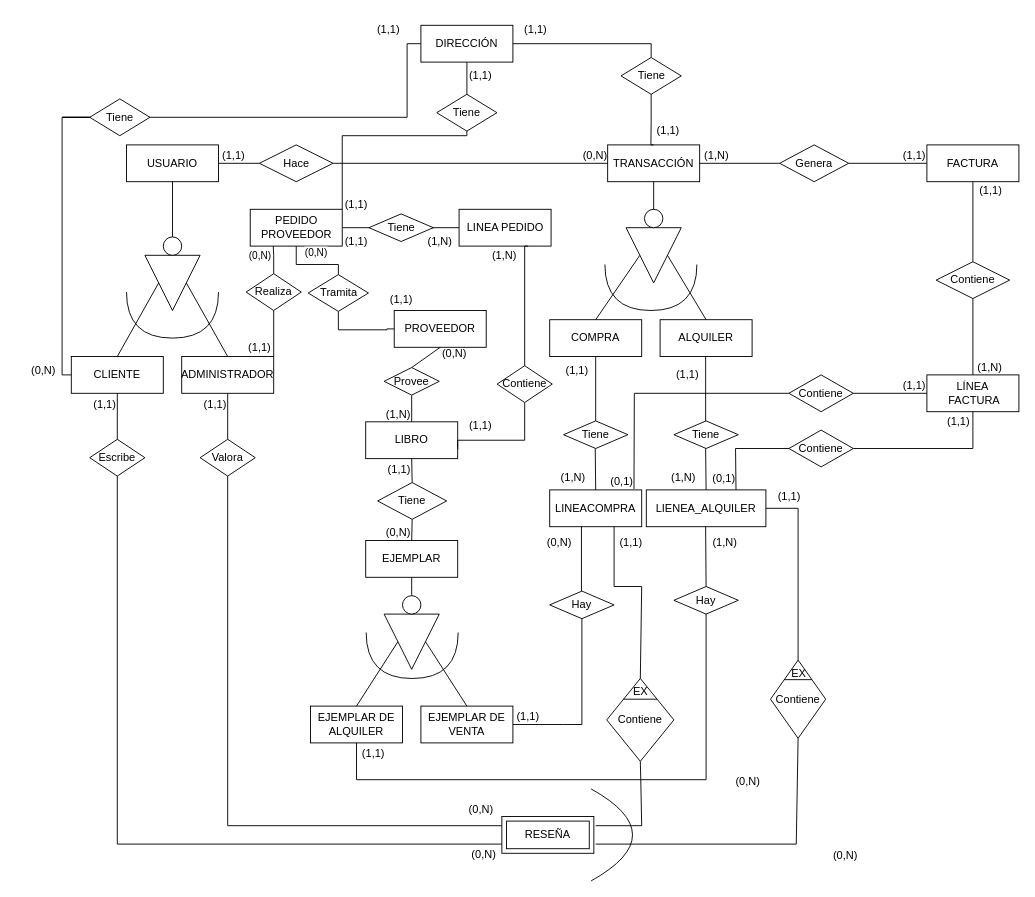
Above: Diagrama sin título.drawio in ImAlex28/draw.io (draw.io), before the change. Source tidied: cells renumbered, new cells numbered last; positions are measured from the earlier drawing's top-left corner, leaving out a move shared by most shapes. Both pictures are drawn from the tidied source at 92%, with x=0, y=0 at pixel (16, 16).
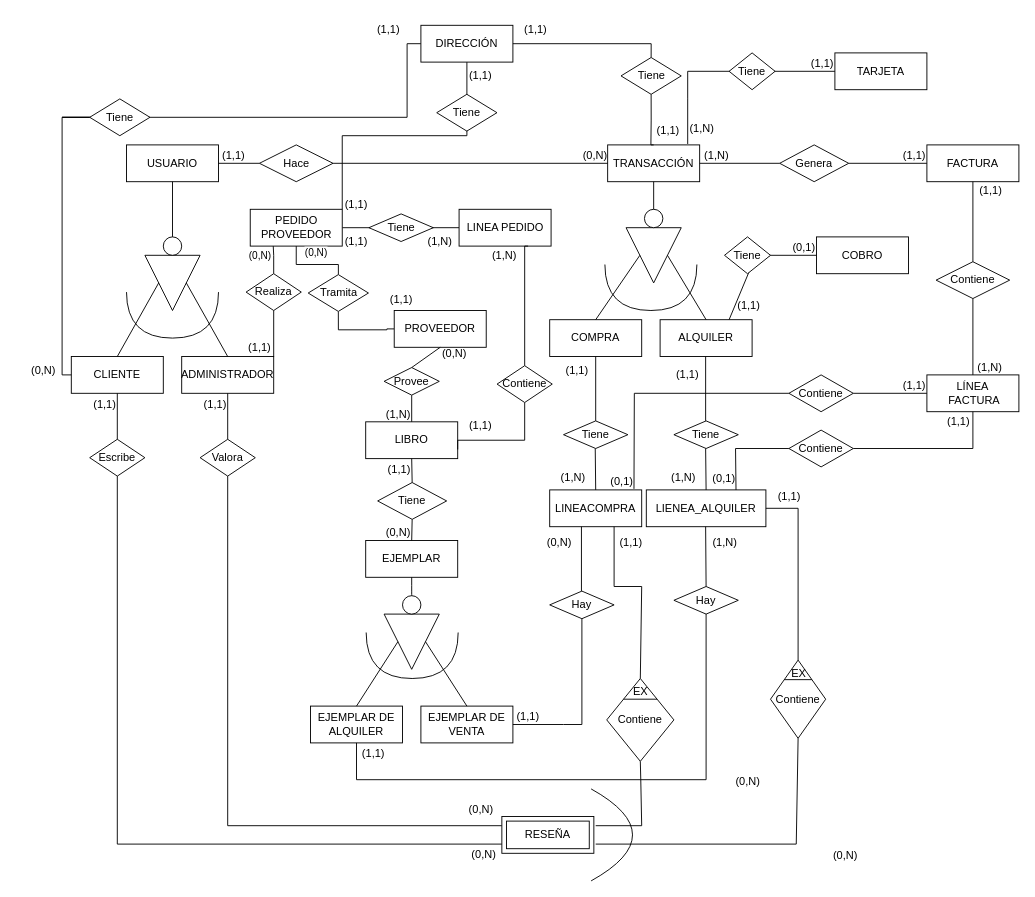
The same diagram, later.

The change refers to these unchanged cells:
```xml
<mxCell id="24" value="TRANSACCIÓN" style="whiteSpace=wrap;html=1;align=center;" parent="1" vertex="1">
  <mxGeometry x="643" y="140" width="100" height="40" as="geometry" />
</mxCell>
<mxCell id="48" value="ALQUILER" style="whiteSpace=wrap;html=1;align=center;" parent="1" vertex="1">
  <mxGeometry x="700" y="330" width="100" height="40" as="geometry" />
</mxCell>
```

What changed in the source:
```diff
@@
+    <mxCell id="152" value="TARJETA" style="whiteSpace=wrap;html=1;align=center;" parent="1" vertex="1">
+      <mxGeometry x="890" y="40" width="100" height="40" as="geometry" />
+    </mxCell>
+    <mxCell id="153" style="endArrow=none;html=1;rounded=0;entryX=0;entryY=0.5;entryDx=0;entryDy=0;" parent="1" edge="1" target="152">
+      <mxGeometry relative="1" as="geometry">
+        <mxPoint x="730" y="90" as="sourcePoint" />
+        <Array as="points">
+          <mxPoint x="730" y="60" />
+        </Array>
+      </mxGeometry>
+    </mxCell>
+    <mxCell id="154" value="(1,1)" style="html=1;whiteSpace=wrap;align=right;verticalAlign=bottom;" parent="153" vertex="1">
+      <mxGeometry x="1" relative="1" as="geometry" />
+    </mxCell>
+    <mxCell id="155" style="endArrow=none;html=1;rounded=0;exitX=0.87;exitY=-0.025;exitDx=0;exitDy=0;exitPerimeter=0;" parent="1" edge="1" source="24">
+      <mxGeometry relative="1" as="geometry">
+        <mxPoint x="730" y="90" as="targetPoint" />
+      </mxGeometry>
+    </mxCell>
+    <mxCell id="156" value="Tiene" style="shape=rhombus;perimeter=rhombusPerimeter;whiteSpace=wrap;html=1;align=center;" parent="1" vertex="1">
+      <mxGeometry x="775" y="40" width="50" height="40" as="geometry" />
+    </mxCell>
+    <mxCell id="157" value="(1,N)" style="html=1;whiteSpace=wrap;align=right;verticalAlign=bottom;" parent="1" vertex="1">
+      <mxGeometry x="760" y="130" as="geometry" />
+    </mxCell>
+    <mxCell id="158" value="COBRO" style="whiteSpace=wrap;html=1;align=center;" parent="1" vertex="1">
+      <mxGeometry x="870" y="240" width="100" height="40" as="geometry" />
+    </mxCell>
+    <mxCell id="159" style="endArrow=none;html=1;rounded=0;entryX=0;entryY=0.5;entryDx=0;entryDy=0;exitX=0.75;exitY=0;exitDx=0;exitDy=0;" parent="1" edge="1" source="48" target="158">
+      <mxGeometry relative="1" as="geometry">
+        <Array as="points">
+          <mxPoint x="800" y="270" />
+          <mxPoint x="820" y="260" />
+        </Array>
+      </mxGeometry>
+    </mxCell>
+    <mxCell id="160" value="(0&lt;span style=&quot;background-color: transparent; color: light-dark(rgb(0, 0, 0), rgb(255, 255, 255));&quot;&gt;,1)&lt;/span&gt;" style="html=1;whiteSpace=wrap;align=right;verticalAlign=bottom;" parent="159" vertex="1">
+      <mxGeometry x="1" relative="1" as="geometry" />
+    </mxCell>
+    <mxCell id="161" value="Tiene" style="shape=rhombus;perimeter=rhombusPerimeter;whiteSpace=wrap;html=1;align=center;" parent="1" vertex="1">
+      <mxGeometry x="770" y="240" width="50" height="40" as="geometry" />
+    </mxCell>
+    <mxCell id="162" value="(&lt;span style=&quot;background-color: transparent; color: light-dark(rgb(0, 0, 0), rgb(255, 255, 255));&quot;&gt;1,1)&lt;/span&gt;" style="html=1;whiteSpace=wrap;align=right;verticalAlign=bottom;" parent="1" vertex="1">
+      <mxGeometry x="810" y="323" as="geometry" />
+    </mxCell>
```
